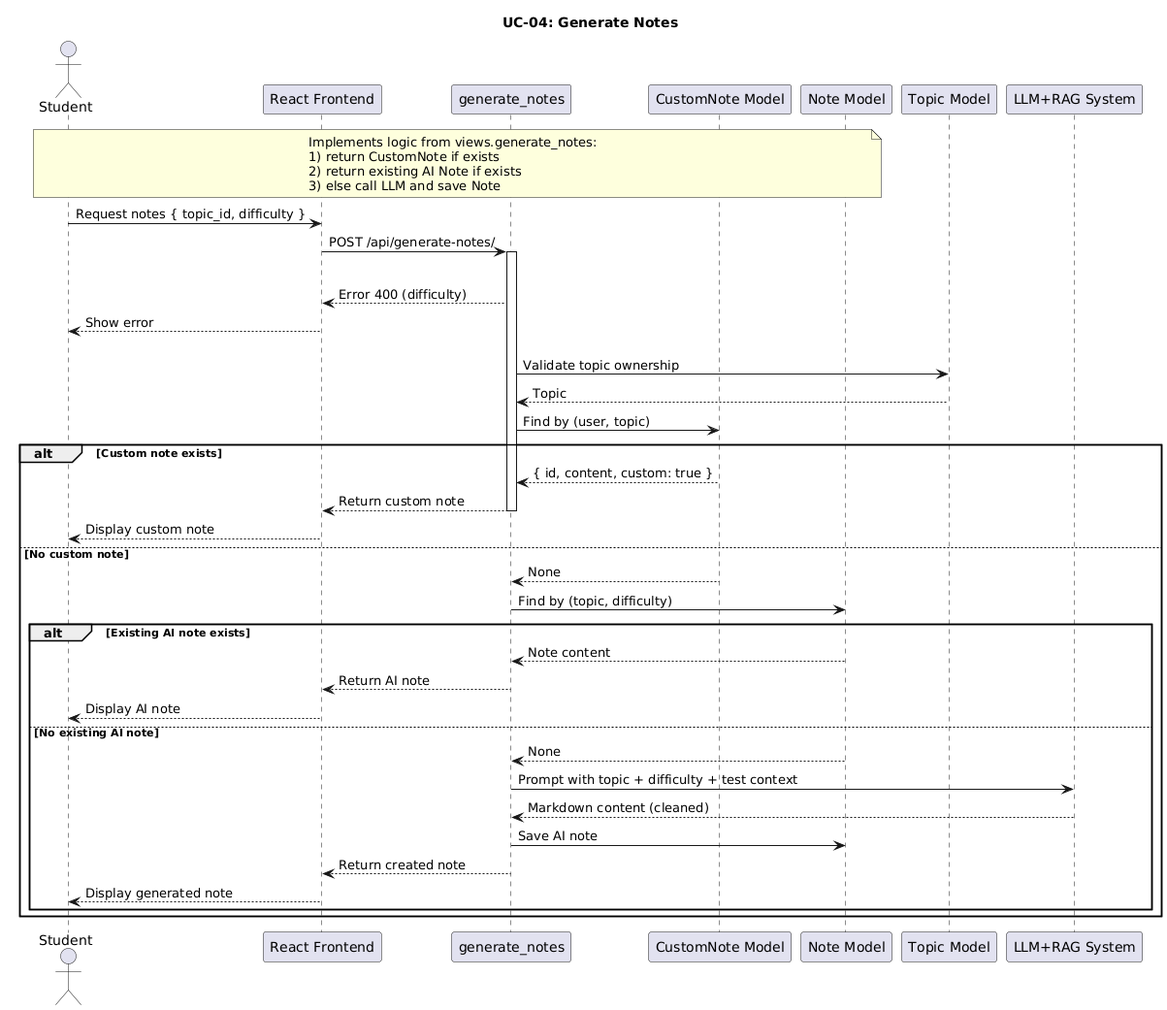
Before: planttext/us4-v1.png, a diagram exported from PlantUML (MMMustafakamran/SDs).
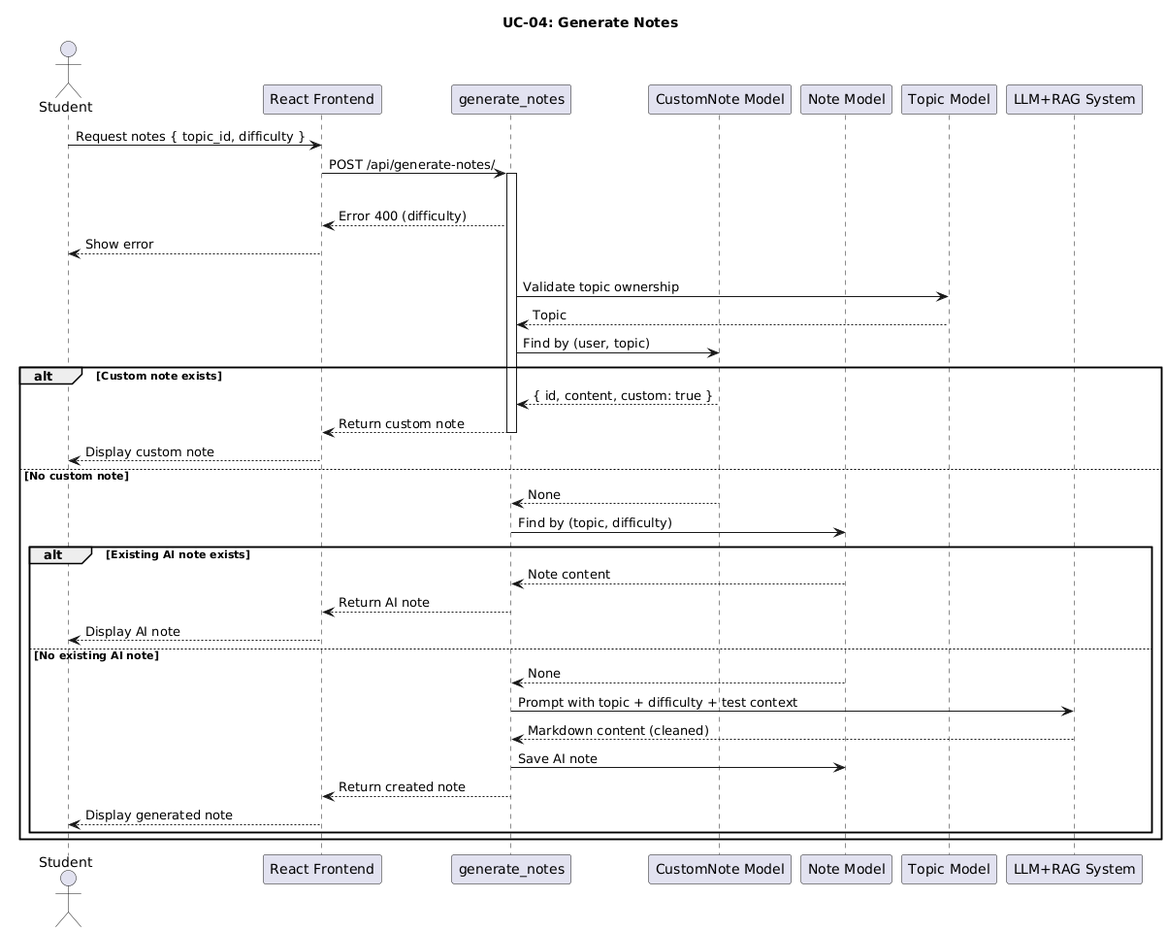
Above is the later version.

The edit, as a diff of the source:
```diff
@@ -9,12 +9,6 @@
 participant Topic as "Topic Model"
 participant LLM as "LLM+RAG System"
 
-note over Student, Note
-Implements logic from views.generate_notes:
-1) return CustomNote if exists
-2) return existing AI Note if exists
-3) else call LLM and save Note
-end note
 
 Student -> Frontend : Request notes { topic_id, difficulty }
 Frontend -> NotesAPI : POST /api/generate-notes/
```
